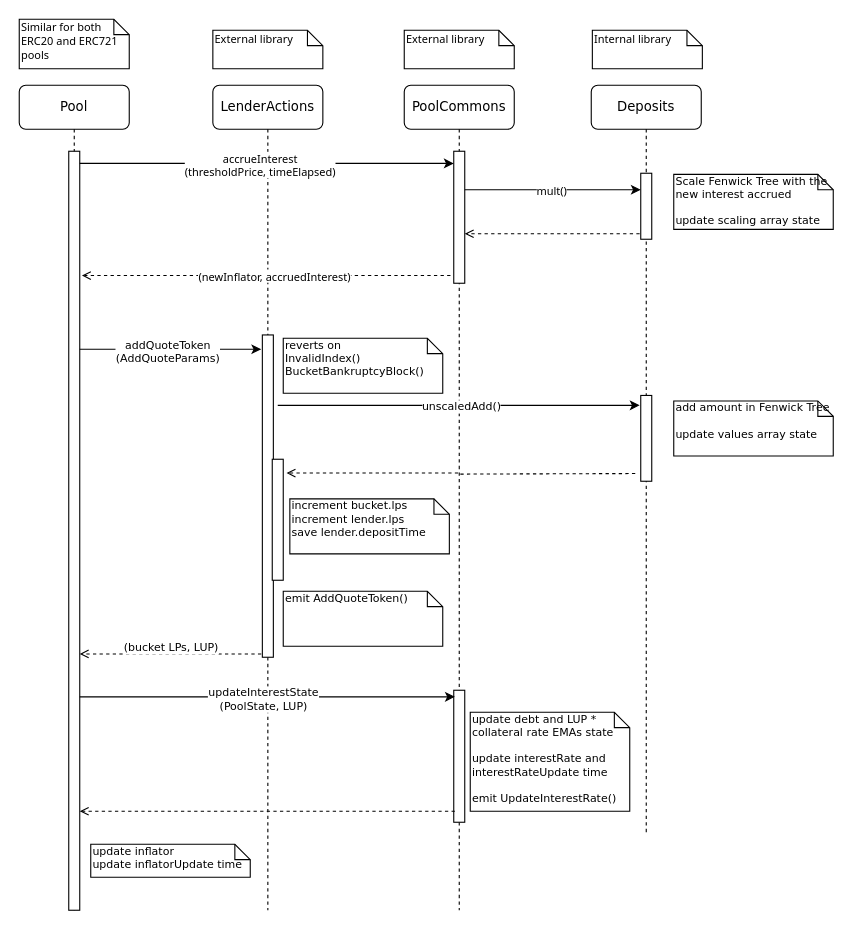
This is docs/drawio/addQuoteToken.drawio from ajna-finance/ajna-core, a draw.io file, before an edit. Source tidied: cells renumbered, new cells numbered last; positions are measured from the earlier drawing's top-left corner, leaving out a move shared by most shapes. Both pictures are drawn from the tidied source at 110%, with x=0, y=0 at pixel (19, 19).
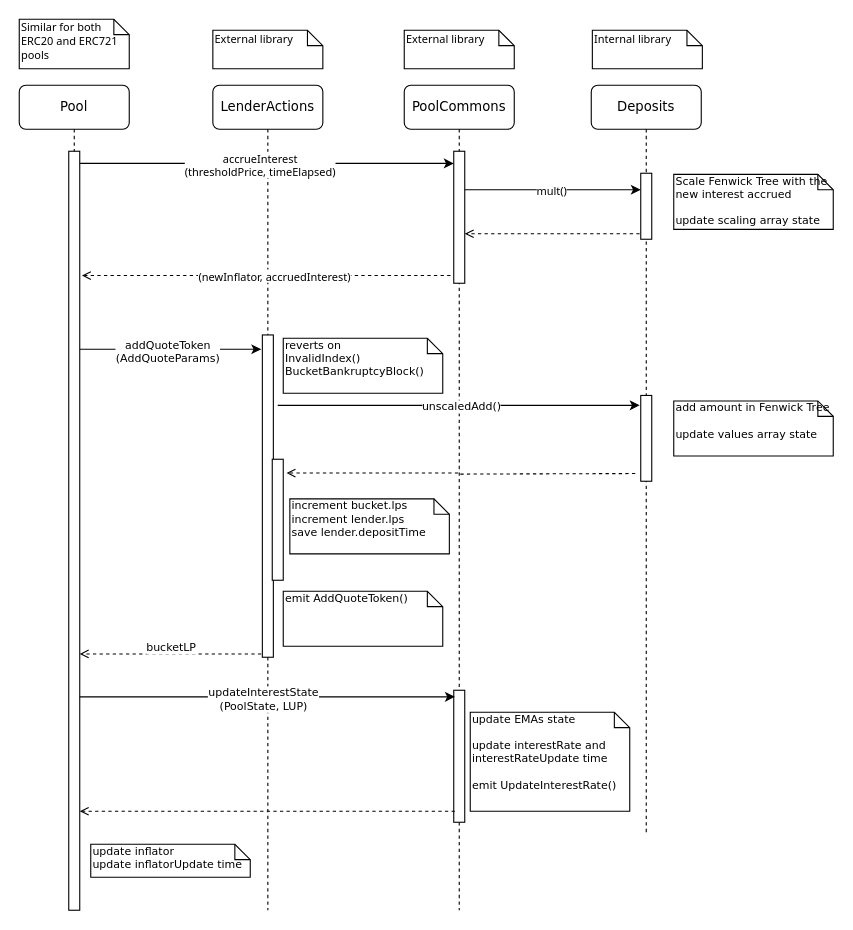
After the change.

What changed in the source:
```diff
@@
-    <mxCell id="38" value="&lt;div&gt;update debt and LUP * collateral rate EMAs state&lt;/div&gt;&lt;div&gt;&lt;br&gt;&lt;/div&gt;&lt;div&gt;update interestRate and interestRateUpdate time&lt;br&gt;&lt;/div&gt;&lt;div&gt;&lt;br&gt;&lt;/div&gt;&lt;div&gt;emit UpdateInterestRate()&lt;br&gt;&lt;/div&gt;" style="shape=note;whiteSpace=wrap;html=1;size=14;verticalAlign=top;align=left;spacingTop=-6;rounded=0;shadow=0;comic=0;labelBackgroundColor=none;strokeWidth=1;fontFamily=Verdana;fontSize=10;" parent="1" vertex="1">
+    <mxCell id="38" value="&lt;div&gt;update EMAs state&lt;/div&gt;&lt;div&gt;&lt;br&gt;&lt;/div&gt;&lt;div&gt;update interestRate and interestRateUpdate time&lt;br&gt;&lt;/div&gt;&lt;div&gt;&lt;br&gt;&lt;/div&gt;&lt;div&gt;emit UpdateInterestRate()&lt;br&gt;&lt;/div&gt;" style="shape=note;whiteSpace=wrap;html=1;size=14;verticalAlign=top;align=left;spacingTop=-6;rounded=0;shadow=0;comic=0;labelBackgroundColor=none;strokeWidth=1;fontFamily=Verdana;fontSize=10;" parent="1" vertex="1">
       <mxGeometry x="410" y="630" width="145" height="90" as="geometry" />
     </mxCell>
@@
-    <mxCell id="40" value="(bucket LPs, LUP)" style="edgeLabel;html=1;align=center;verticalAlign=middle;fontSize=10;fontFamily=Verdana;" parent="1" vertex="1">
+    <mxCell id="40" value="bucketLP" style="edgeLabel;html=1;align=center;verticalAlign=middle;fontSize=10;fontFamily=Verdana;" parent="1" vertex="1">
       <mxGeometry x="137.5" y="570" as="geometry" />
     </mxCell>
```
